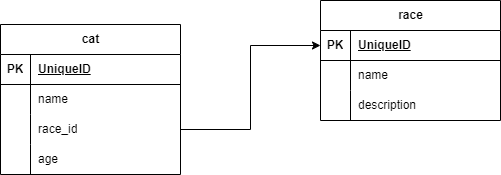
jensadev/te21-cats keeps this draw.io diagram as public/cat_table.png. Above is the earlier version. Source tidied: cells renumbered, new cells last; positions are measured from the earlier drawing's top-left corner, leaving out a move shared by most shapes. Its diagram source:
```xml
<mxGraphModel>
  <root>
    <mxCell id="0" />
    <mxCell id="1" parent="0" />
    <mxCell id="2" value="cat" style="shape=table;startSize=30;rowLines=0;fontStyle=1;align=center;html=1;" parent="1" vertex="1">
      <mxGeometry y="24" width="180" height="150" as="geometry" />
    </mxCell>
    <mxCell id="3" style="shape=tableRow;horizontal=0;startSize=0;swimlaneHead=0;swimlaneBody=0;fillColor=none;top=0;left=0;right=0;bottom=1;" parent="2" vertex="1">
      <mxGeometry y="30" width="180" height="30" as="geometry" />
    </mxCell>
    <mxCell id="4" value="PK" style="shape=partialRectangle;fillColor=none;top=0;left=0;bottom=0;right=0;fontStyle=1;overflow=hidden;whiteSpace=wrap;html=1;" parent="3" vertex="1">
      <mxGeometry width="30" height="30" as="geometry" />
    </mxCell>
    <mxCell id="5" value="UniqueID" style="shape=partialRectangle;fillColor=none;top=0;left=0;bottom=0;right=0;align=left;spacingLeft=6;fontStyle=5;overflow=hidden;whiteSpace=wrap;html=1;" parent="3" vertex="1">
      <mxGeometry x="30" width="150" height="30" as="geometry" />
    </mxCell>
    <mxCell id="6" style="shape=tableRow;horizontal=0;startSize=0;swimlaneHead=0;swimlaneBody=0;fillColor=none;top=0;left=0;right=0;bottom=0;" parent="2" vertex="1">
      <mxGeometry y="60" width="180" height="30" as="geometry" />
    </mxCell>
    <mxCell id="7" style="shape=partialRectangle;fillColor=none;top=0;left=0;bottom=0;right=0;overflow=hidden;whiteSpace=wrap;html=1;" parent="6" vertex="1">
      <mxGeometry width="30" height="30" as="geometry" />
    </mxCell>
    <mxCell id="8" style="shape=partialRectangle;fillColor=none;top=0;left=0;bottom=0;right=0;align=left;spacingLeft=6;overflow=hidden;whiteSpace=wrap;html=1;" parent="6" vertex="1">
      <mxGeometry x="30" width="150" height="30" as="geometry" />
    </mxCell>
    <mxCell id="9" style="shape=tableRow;horizontal=0;startSize=0;swimlaneHead=0;swimlaneBody=0;fillColor=none;points=[[0,0.5],[1,0.5]];portConstraint=eastwest;top=0;left=0;right=0;bottom=0;" parent="2" vertex="1">
      <mxGeometry y="90" width="180" height="30" as="geometry" />
    </mxCell>
    <mxCell id="10" style="shape=partialRectangle;fillColor=none;top=0;left=0;bottom=0;right=0;overflow=hidden;whiteSpace=wrap;html=1;" parent="9" vertex="1">
      <mxGeometry width="30" height="30" as="geometry" />
    </mxCell>
    <mxCell id="11" value="race_id" style="shape=partialRectangle;fillColor=none;top=0;left=0;bottom=0;right=0;align=left;spacingLeft=6;overflow=hidden;whiteSpace=wrap;html=1;" parent="9" vertex="1">
      <mxGeometry x="30" width="150" height="30" as="geometry" />
    </mxCell>
    <mxCell id="12" style="shape=tableRow;horizontal=0;startSize=0;swimlaneHead=0;swimlaneBody=0;fillColor=none;top=0;left=0;right=0;bottom=0;" parent="2" vertex="1">
      <mxGeometry y="120" width="180" height="30" as="geometry" />
    </mxCell>
    <mxCell id="13" style="shape=partialRectangle;fillColor=none;top=0;left=0;bottom=0;right=0;overflow=hidden;whiteSpace=wrap;html=1;" parent="12" vertex="1">
      <mxGeometry width="30" height="30" as="geometry" />
    </mxCell>
    <mxCell id="14" style="shape=partialRectangle;fillColor=none;top=0;left=0;bottom=0;right=0;align=left;spacingLeft=6;overflow=hidden;whiteSpace=wrap;html=1;" parent="12" vertex="1">
      <mxGeometry x="30" width="150" height="30" as="geometry" />
    </mxCell>
    <mxCell id="15" value="race" style="shape=table;startSize=30;rowLines=0;fontStyle=1;align=center;html=1;" parent="1" vertex="1">
      <mxGeometry x="320" width="180" height="120" as="geometry" />
    </mxCell>
    <mxCell id="16" style="shape=tableRow;horizontal=0;startSize=0;swimlaneHead=0;swimlaneBody=0;fillColor=none;points=[[0,0.5],[1,0.5]];portConstraint=eastwest;top=0;left=0;right=0;bottom=1;" parent="15" vertex="1">
      <mxGeometry y="30" width="180" height="30" as="geometry" />
    </mxCell>
    <mxCell id="17" value="PK" style="shape=partialRectangle;fillColor=none;top=0;left=0;bottom=0;right=0;fontStyle=1;overflow=hidden;whiteSpace=wrap;html=1;" parent="16" vertex="1">
      <mxGeometry width="30" height="30" as="geometry" />
    </mxCell>
    <mxCell id="18" value="UniqueID" style="shape=partialRectangle;fillColor=none;top=0;left=0;bottom=0;right=0;align=left;spacingLeft=6;fontStyle=5;overflow=hidden;whiteSpace=wrap;html=1;" parent="16" vertex="1">
      <mxGeometry x="30" width="150" height="30" as="geometry" />
    </mxCell>
    <mxCell id="19" style="shape=tableRow;horizontal=0;startSize=0;swimlaneHead=0;swimlaneBody=0;fillColor=none;top=0;left=0;right=0;bottom=0;" parent="15" vertex="1">
      <mxGeometry y="60" width="180" height="30" as="geometry" />
    </mxCell>
    <mxCell id="20" style="shape=partialRectangle;fillColor=none;top=0;left=0;bottom=0;right=0;overflow=hidden;whiteSpace=wrap;html=1;" parent="19" vertex="1">
      <mxGeometry width="30" height="30" as="geometry" />
    </mxCell>
    <mxCell id="21" value="name" style="shape=partialRectangle;fillColor=none;top=0;left=0;bottom=0;right=0;align=left;spacingLeft=6;overflow=hidden;whiteSpace=wrap;html=1;" parent="19" vertex="1">
      <mxGeometry x="30" width="150" height="30" as="geometry" />
    </mxCell>
    <mxCell id="22" style="shape=tableRow;horizontal=0;startSize=0;swimlaneHead=0;swimlaneBody=0;fillColor=none;top=0;left=0;right=0;bottom=0;" parent="15" vertex="1">
      <mxGeometry y="90" width="180" height="30" as="geometry" />
    </mxCell>
    <mxCell id="23" style="shape=partialRectangle;fillColor=none;top=0;left=0;bottom=0;right=0;overflow=hidden;whiteSpace=wrap;html=1;" parent="22" vertex="1">
      <mxGeometry width="30" height="30" as="geometry" />
    </mxCell>
    <mxCell id="24" value="description" style="shape=partialRectangle;fillColor=none;top=0;left=0;bottom=0;right=0;align=left;spacingLeft=6;overflow=hidden;whiteSpace=wrap;html=1;" parent="22" vertex="1">
      <mxGeometry x="30" width="150" height="30" as="geometry" />
    </mxCell>
    <mxCell id="25" value="name" style="shape=partialRectangle;fillColor=none;top=0;left=0;bottom=0;right=0;align=left;spacingLeft=6;overflow=hidden;whiteSpace=wrap;html=1;" parent="1" vertex="1">
      <mxGeometry x="30" y="84" width="150" height="30" as="geometry" />
    </mxCell>
    <mxCell id="26" value="age" style="shape=partialRectangle;fillColor=none;top=0;left=0;bottom=0;right=0;align=left;spacingLeft=6;overflow=hidden;whiteSpace=wrap;html=1;" parent="1" vertex="1">
      <mxGeometry x="30" y="144" width="150" height="30" as="geometry" />
    </mxCell>
    <mxCell id="27" style="edgeStyle=orthogonalEdgeStyle;rounded=0;jettySize=auto;html=1;entryX=0;entryY=0.5;entryDx=0;entryDy=0;" parent="1" edge="1" source="9" target="16">
      <mxGeometry relative="1" as="geometry" />
    </mxCell>
  </root>
</mxGraphModel>
```
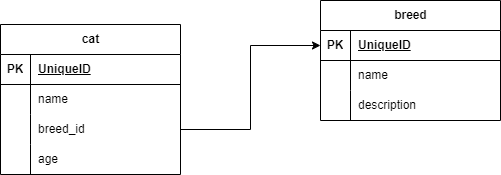
Later version of the same file.

Change to the diagram source:
```diff
@@ -29,7 +29,7 @@
     <mxCell id="10" style="shape=partialRectangle;fillColor=none;top=0;left=0;bottom=0;right=0;overflow=hidden;whiteSpace=wrap;html=1;" parent="9" vertex="1">
       <mxGeometry width="30" height="30" as="geometry" />
     </mxCell>
-    <mxCell id="11" value="race_id" style="shape=partialRectangle;fillColor=none;top=0;left=0;bottom=0;right=0;align=left;spacingLeft=6;overflow=hidden;whiteSpace=wrap;html=1;" parent="9" vertex="1">
+    <mxCell id="11" value="breed_id" style="shape=partialRectangle;fillColor=none;top=0;left=0;bottom=0;right=0;align=left;spacingLeft=6;overflow=hidden;whiteSpace=wrap;html=1;" parent="9" vertex="1">
       <mxGeometry x="30" width="150" height="30" as="geometry" />
     </mxCell>
     <mxCell id="12" style="shape=tableRow;horizontal=0;startSize=0;swimlaneHead=0;swimlaneBody=0;fillColor=none;top=0;left=0;right=0;bottom=0;" parent="2" vertex="1">
@@ -41,7 +41,7 @@
     <mxCell id="14" style="shape=partialRectangle;fillColor=none;top=0;left=0;bottom=0;right=0;align=left;spacingLeft=6;overflow=hidden;whiteSpace=wrap;html=1;" parent="12" vertex="1">
       <mxGeometry x="30" width="150" height="30" as="geometry" />
     </mxCell>
-    <mxCell id="15" value="race" style="shape=table;startSize=30;rowLines=0;fontStyle=1;align=center;html=1;" parent="1" vertex="1">
+    <mxCell id="15" value="breed" style="shape=table;startSize=30;rowLines=0;fontStyle=1;align=center;html=1;" parent="1" vertex="1">
       <mxGeometry x="320" width="180" height="120" as="geometry" />
     </mxCell>
     <mxCell id="16" style="shape=tableRow;horizontal=0;startSize=0;swimlaneHead=0;swimlaneBody=0;fillColor=none;points=[[0,0.5],[1,0.5]];portConstraint=eastwest;top=0;left=0;right=0;bottom=1;" parent="15" vertex="1">
```
